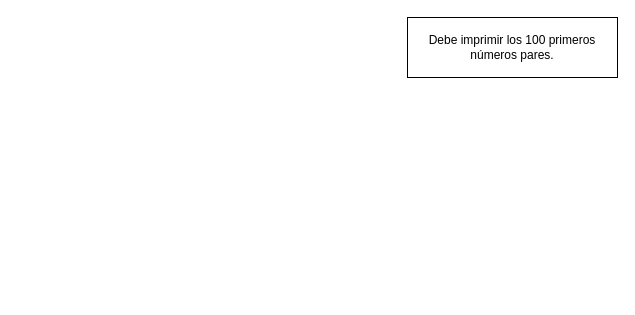
Earlier version of the draw.io diagram page "Ejercicio 4" (4 of 5) of Intro a la programacion/Trabajo en clase/Trabajo en Clase 5-20-2021.drawio (jjarahe/React-Curso-Ucreativa). Source tidied: cells renumbered, new cells numbered last; positions are measured from the earlier drawing's top-left corner, leaving out a move shared by most shapes. Both pictures are drawn from the tidied source at 100%, with x=0, y=0 at pixel (407, 17).
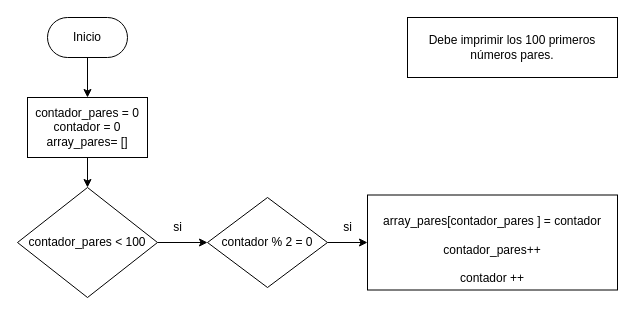
Above is the later version.

Change to the diagram source:
```diff
@@
 <mxGraphModel>
   <root>
     <mxCell id="0" />
     <mxCell id="1" parent="0" />
     <mxCell id="2" value="Debe imprimir los 100 primeros números pares." style="whiteSpace=wrap;html=1;" parent="1" vertex="1">
       <mxGeometry width="210" height="60" as="geometry" />
     </mxCell>
+    <mxCell id="3" style="edgeStyle=orthogonalEdgeStyle;rounded=0;jettySize=auto;html=1;exitX=0.5;exitY=1;exitDx=0;exitDy=0;entryX=0.5;entryY=0;entryDx=0;entryDy=0;" parent="1" edge="1" source="4" target="6">
+      <mxGeometry relative="1" as="geometry" />
+    </mxCell>
+    <mxCell id="4" value="Inicio" style="rounded=1;whiteSpace=wrap;html=1;arcSize=50;" parent="1" vertex="1">
+      <mxGeometry x="-360" width="80" height="40" as="geometry" />
+    </mxCell>
+    <mxCell id="5" style="edgeStyle=orthogonalEdgeStyle;rounded=0;jettySize=auto;html=1;exitX=0.5;exitY=1;exitDx=0;exitDy=0;entryX=0.5;entryY=0;entryDx=0;entryDy=0;" parent="1" edge="1" source="6" target="10">
+      <mxGeometry relative="1" as="geometry" />
+    </mxCell>
+    <mxCell id="6" value="contador_pares = 0&lt;br&gt;contador = 0&lt;br&gt;array_pares= []" style="rounded=0;whiteSpace=wrap;html=1;" parent="1" vertex="1">
+      <mxGeometry x="-380" y="80" width="120" height="60" as="geometry" />
+    </mxCell>
+    <mxCell id="7" style="edgeStyle=orthogonalEdgeStyle;rounded=0;jettySize=auto;html=1;exitX=1;exitY=0.5;exitDx=0;exitDy=0;entryX=0;entryY=0.5;entryDx=0;entryDy=0;" parent="1" edge="1" source="8" target="12">
+      <mxGeometry relative="1" as="geometry" />
+    </mxCell>
+    <mxCell id="8" value="contador % 2 = 0" style="rhombus;whiteSpace=wrap;html=1;" parent="1" vertex="1">
+      <mxGeometry x="-200" y="180" width="120" height="90" as="geometry" />
+    </mxCell>
+    <mxCell id="9" style="edgeStyle=orthogonalEdgeStyle;rounded=0;jettySize=auto;html=1;exitX=1;exitY=0.5;exitDx=0;exitDy=0;entryX=0;entryY=0.5;entryDx=0;entryDy=0;" parent="1" edge="1" source="10" target="8">
+      <mxGeometry relative="1" as="geometry" />
+    </mxCell>
+    <mxCell id="10" value="contador_pares &amp;lt; 100" style="rhombus;whiteSpace=wrap;html=1;" parent="1" vertex="1">
+      <mxGeometry x="-390" y="170" width="140" height="110" as="geometry" />
+    </mxCell>
+    <mxCell id="11" value="si" style="text;html=1;align=center;verticalAlign=middle;" parent="1" vertex="1">
+      <mxGeometry x="-240" y="200" width="20" height="20" as="geometry" />
+    </mxCell>
+    <mxCell id="12" value="&lt;br&gt;array_pares[contador_pares&amp;nbsp;] = contador&lt;br&gt;&lt;br&gt;contador_pares++&lt;br&gt;&lt;br&gt;contador ++" style="rounded=0;whiteSpace=wrap;html=1;" parent="1" vertex="1">
+      <mxGeometry x="-40" y="177.5" width="250" height="95" as="geometry" />
+    </mxCell>
+    <mxCell id="13" value="si" style="text;html=1;align=center;verticalAlign=middle;" parent="1" vertex="1">
+      <mxGeometry x="-70" y="200" width="20" height="20" as="geometry" />
+    </mxCell>
   </root>
 </mxGraphModel>
```
